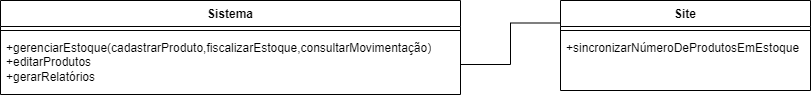
This is DC1.drawio.png from Zaibam/Desenvolvimento-De-Sistemas-1, a draw.io export, as it was before one commit. Source tidied: cells renumbered, new cells last; positions are measured from the earlier drawing's top-left corner, leaving out a move shared by most shapes.
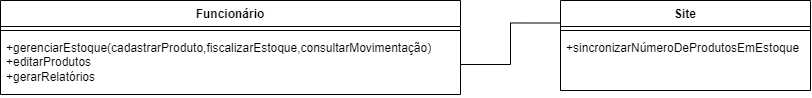
The same file after the commit.

Change to the diagram source:
```diff
@@ -2,7 +2,7 @@
   <root>
     <mxCell id="0" />
     <mxCell id="1" parent="0" />
-    <mxCell id="2" value="Sistema" style="swimlane;fontStyle=1;align=center;verticalAlign=top;horizontal=1;startSize=26;whiteSpace=wrap;html=1;" parent="1" vertex="1">
+    <mxCell id="2" value="Funcionário" style="swimlane;fontStyle=1;align=center;verticalAlign=top;horizontal=1;startSize=26;whiteSpace=wrap;html=1;" parent="1" vertex="1">
       <mxGeometry width="460" height="94" as="geometry" />
     </mxCell>
     <mxCell id="3" style="line;strokeWidth=1;fillColor=none;align=left;verticalAlign=middle;spacingTop=-1;spacingLeft=3;spacingRight=3;labelPosition=right;strokeColor=inherit;" parent="2" vertex="1">
```
